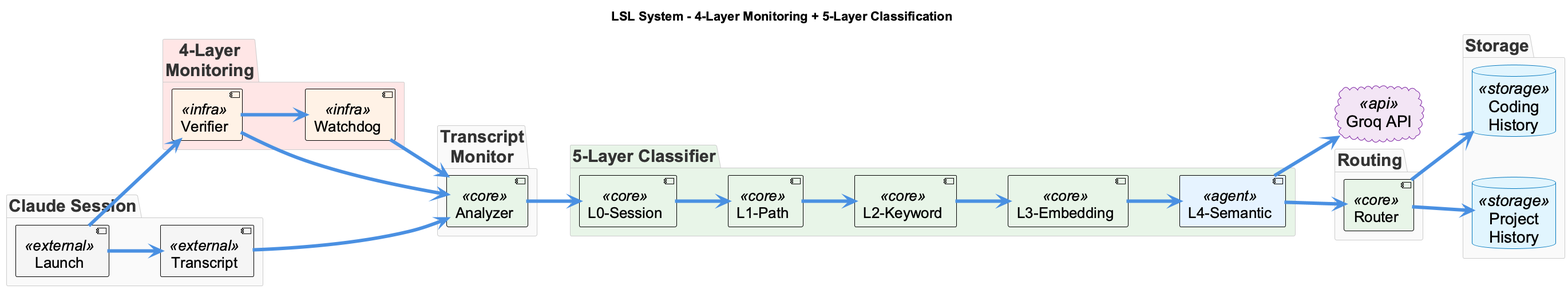
The PlantUML diagram docs/presentation/images/lsl-architecture.png in fwornle/coding, before a commit.
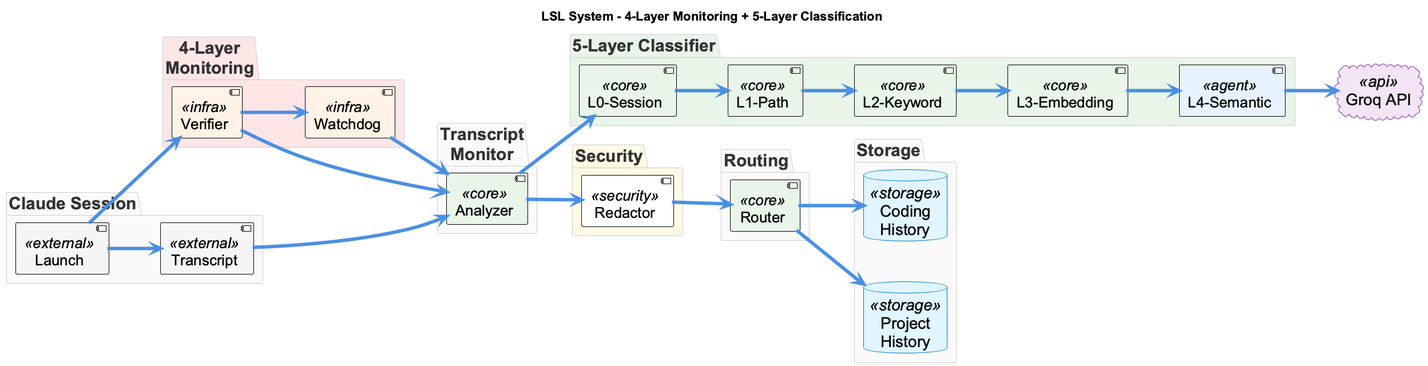
Above is the later version.

Commit message:
docs: add redaction to presentation LSL architecture diagram

Diff of the diagram source:
```diff
@@ -34,6 +34,10 @@
   [L4-Semantic] as L4 <<agent>>
 }
 
+package "Security" #FFF9E6 {
+  [Redactor] as Redactor <<security>>
+}
+
 package "Routing" {
   [Router] as Router <<core>>
 }
@@ -60,7 +64,8 @@
 
 L4 --> GroqAPI
 
-L4 --> Router
+Analyzer --> Redactor
+Redactor --> Router
 Router --> ProjectHistory
 Router --> CodingHistory
 
```
